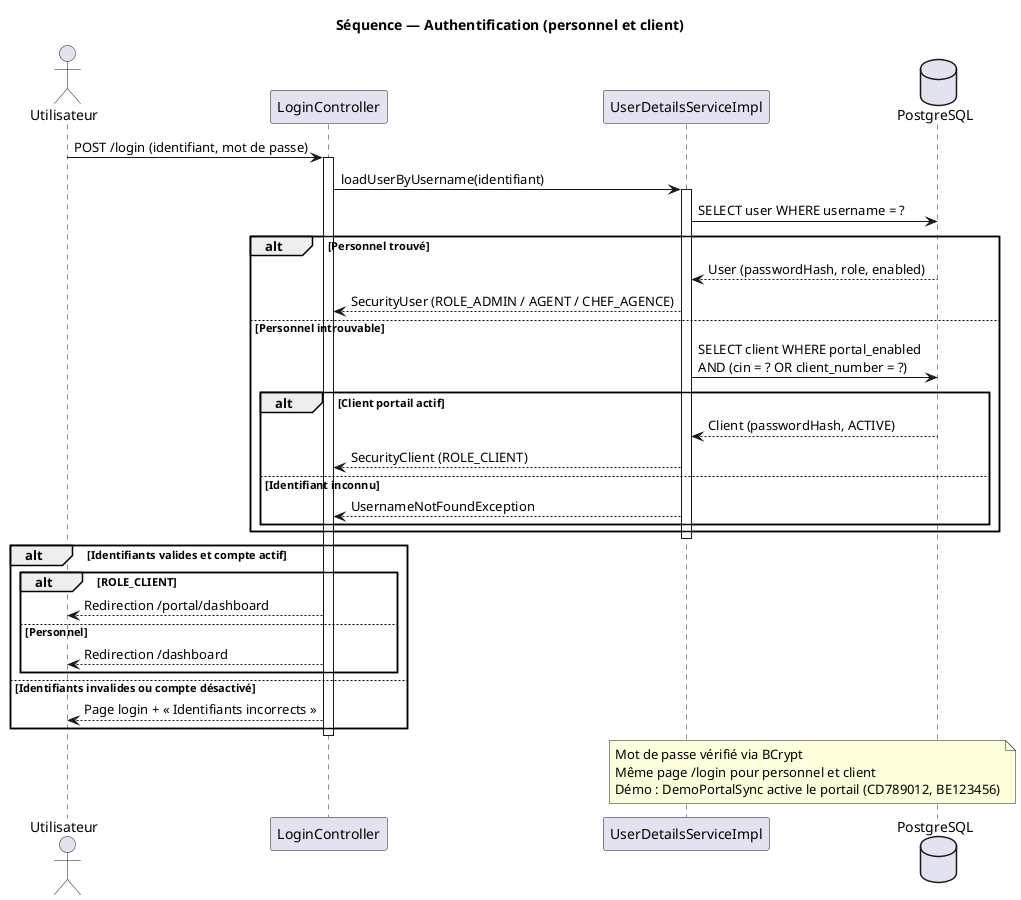
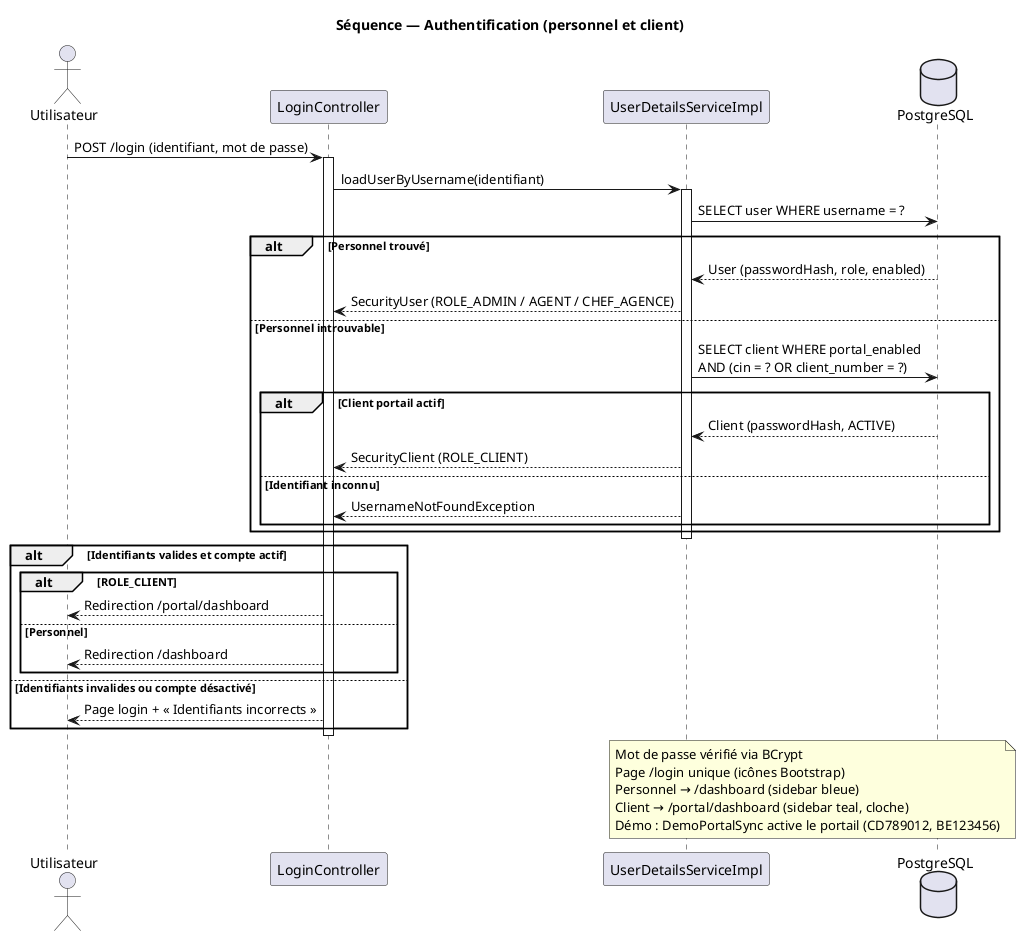
@startuml 01-authentification
skinparam shadowing false
skinparam responseMessageBelowArrow true

title Séquence — Authentification (personnel et client)

actor Utilisateur as U
participant "LoginController" as C
participant "UserDetailsServiceImpl" as S
database "PostgreSQL" as DB

U -> C : POST /login (identifiant, mot de passe)
activate C
C -> S : loadUserByUsername(identifiant)
activate S

S -> DB : SELECT user WHERE username = ?
alt Personnel trouvé
  DB --> S : User (passwordHash, role, enabled)
  S --> C : SecurityUser (ROLE_ADMIN / AGENT / CHEF_AGENCE)
else Personnel introuvable
  S -> DB : SELECT client WHERE portal_enabled\nAND (cin = ? OR client_number = ?)
  alt Client portail actif
    DB --> S : Client (passwordHash, ACTIVE)
    S --> C : SecurityClient (ROLE_CLIENT)
  else Identifiant inconnu
    S --> C : UsernameNotFoundException
  end
end
deactivate S

alt Identifiants valides et compte actif
  alt ROLE_CLIENT
    C --> U : Redirection /portal/dashboard
  else Personnel
    C --> U : Redirection /dashboard
  end
else Identifiants invalides ou compte désactivé
  C --> U : Page login + « Identifiants incorrects »
end
deactivate C

note over S, DB
  Mot de passe vérifié via BCrypt
-   Même page /login pour personnel et client
+   Page /login unique (icônes Bootstrap)
+   Personnel → /dashboard (sidebar bleue)
+   Client → /portal/dashboard (sidebar teal, cloche)
  Démo : DemoPortalSync active le portail (CD789012, BE123456)
end note

@enduml
